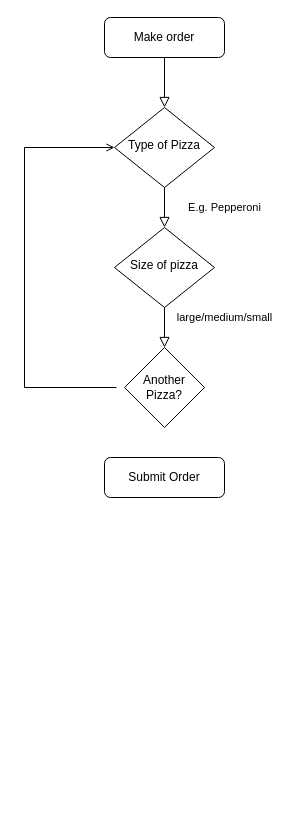
Above: core_functionalities.drawio in Remi329/PizzaJunctionMergedComponents (draw.io), before the change. Source tidied: cells renumbered, new cells numbered last; positions are measured from the earlier drawing's top-left corner, leaving out a move shared by most shapes. Both pictures are drawn from the tidied source at 100%, with x=0, y=0 at pixel (24, 17).
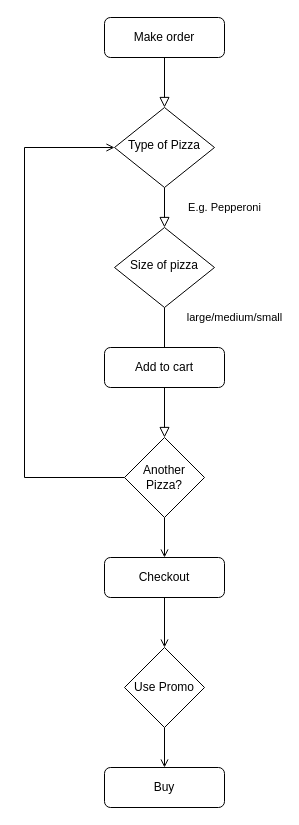
The same diagram, later.

Unchanged cells that the change refers to:
```xml
<mxCell id="5" value="Type of Pizza" style="rhombus;whiteSpace=wrap;html=1;shadow=0;fontFamily=Helvetica;fontSize=12;align=center;strokeWidth=1;spacing=6;spacingTop=-4;" parent="1" vertex="1">
  <mxGeometry x="90" y="90" width="100" height="80" as="geometry" />
</mxCell>
<mxCell id="7" value="Size of pizza" style="rhombus;whiteSpace=wrap;html=1;shadow=0;fontFamily=Helvetica;fontSize=12;align=center;strokeWidth=1;spacing=6;spacingTop=-4;" parent="1" vertex="1">
  <mxGeometry x="90" y="210" width="100" height="80" as="geometry" />
</mxCell>
```

What changed in the source:
```diff
@@
     <mxCell id="6" value="large/medium/small" style="rounded=0;html=1;jettySize=auto;fontSize=11;endArrow=block;endFill=0;endSize=8;strokeWidth=1;shadow=0;labelBackgroundColor=none;edgeStyle=orthogonalEdgeStyle;entryX=0.5;entryY=0;entryDx=0;entryDy=0;" parent="1" edge="1" source="7" target="10">
-      <mxGeometry x="-0.5" y="60" relative="1" as="geometry" />
+      <mxGeometry x="-0.85" y="70" relative="1" as="geometry" />
     </mxCell>
@@
+    <mxCell id="11" style="edgeStyle=orthogonalEdgeStyle;rounded=0;jettySize=auto;html=1;entryX=0.5;entryY=0;entryDx=0;entryDy=0;endArrow=open;sourcePerimeterSpacing=8;targetPerimeterSpacing=8;exitX=0.5;exitY=1;exitDx=0;exitDy=0;" parent="1" edge="1" source="8" target="16">
+      <mxGeometry relative="1" as="geometry" />
+    </mxCell>
-    <mxCell id="8" value="Submit Order" style="rounded=1;whiteSpace=wrap;html=1;fontSize=12;glass=0;strokeWidth=1;shadow=0;" parent="1" vertex="1">
-      <mxGeometry x="80" y="440" width="120" height="40" as="geometry" />
+    <mxCell id="8" value="Checkout" style="rounded=1;whiteSpace=wrap;html=1;fontSize=12;glass=0;strokeWidth=1;shadow=0;" parent="1" vertex="1">
+      <mxGeometry x="80" y="540" width="120" height="40" as="geometry" />
     </mxCell>
-    <mxCell id="9" style="edgeStyle=orthogonalEdgeStyle;rounded=0;jettySize=auto;html=1;entryX=0;entryY=0.5;entryDx=0;entryDy=0;endArrow=open;sourcePerimeterSpacing=8;targetPerimeterSpacing=8;" parent="1" edge="1" source="10" target="5">
+    <mxCell id="9" style="edgeStyle=orthogonalEdgeStyle;rounded=0;jettySize=auto;html=1;entryX=0;entryY=0.5;entryDx=0;entryDy=0;endArrow=open;sourcePerimeterSpacing=8;targetPerimeterSpacing=8;exitX=0;exitY=0.5;exitDx=0;exitDy=0;" parent="1" edge="1" source="10" target="5">
       <mxGeometry relative="1" as="geometry">
         <Array as="points">
-          <mxPoint y="370" />
+          <mxPoint y="460" />
           <mxPoint y="130" />
         </Array>
       </mxGeometry>
     </mxCell>
+    <mxCell id="12" style="edgeStyle=orthogonalEdgeStyle;rounded=0;jettySize=auto;html=1;endArrow=open;sourcePerimeterSpacing=8;targetPerimeterSpacing=8;exitX=0.5;exitY=1;exitDx=0;exitDy=0;" parent="1" edge="1" source="10">
+      <mxGeometry relative="1" as="geometry">
+        <mxPoint x="140" y="540" as="targetPoint" />
+        <Array as="points">
+          <mxPoint x="140" y="540" />
+          <mxPoint x="140" y="540" />
+        </Array>
+      </mxGeometry>
+    </mxCell>
     <mxCell id="10" value="Another Pizza?" style="rhombus;whiteSpace=wrap;html=1;hachureGap=4;" parent="1" vertex="1">
-      <mxGeometry x="100" y="330" width="80" height="80" as="geometry" />
+      <mxGeometry x="100" y="420" width="80" height="80" as="geometry" />
     </mxCell>
+    <mxCell id="13" value="Add to cart" style="rounded=1;whiteSpace=wrap;html=1;fontSize=12;glass=0;strokeWidth=1;shadow=0;" parent="1" vertex="1">
+      <mxGeometry x="80" y="330" width="120" height="40" as="geometry" />
+    </mxCell>
+    <mxCell id="14" value="Buy" style="rounded=1;whiteSpace=wrap;html=1;fontSize=12;glass=0;strokeWidth=1;shadow=0;" parent="1" vertex="1">
+      <mxGeometry x="80" y="750" width="120" height="40" as="geometry" />
+    </mxCell>
+    <mxCell id="15" style="edgeStyle=orthogonalEdgeStyle;rounded=0;jettySize=auto;html=1;endArrow=open;sourcePerimeterSpacing=8;targetPerimeterSpacing=8;exitX=0.5;exitY=1;exitDx=0;exitDy=0;" parent="1" edge="1" source="16">
+      <mxGeometry relative="1" as="geometry">
+        <mxPoint x="140" y="750" as="targetPoint" />
+        <Array as="points">
+          <mxPoint x="140" y="750" />
+          <mxPoint x="140" y="750" />
+        </Array>
+      </mxGeometry>
+    </mxCell>
+    <mxCell id="16" value="Use Promo" style="rhombus;whiteSpace=wrap;html=1;hachureGap=4;" parent="1" vertex="1">
+      <mxGeometry x="100" y="630" width="80" height="80" as="geometry" />
+    </mxCell>
```
